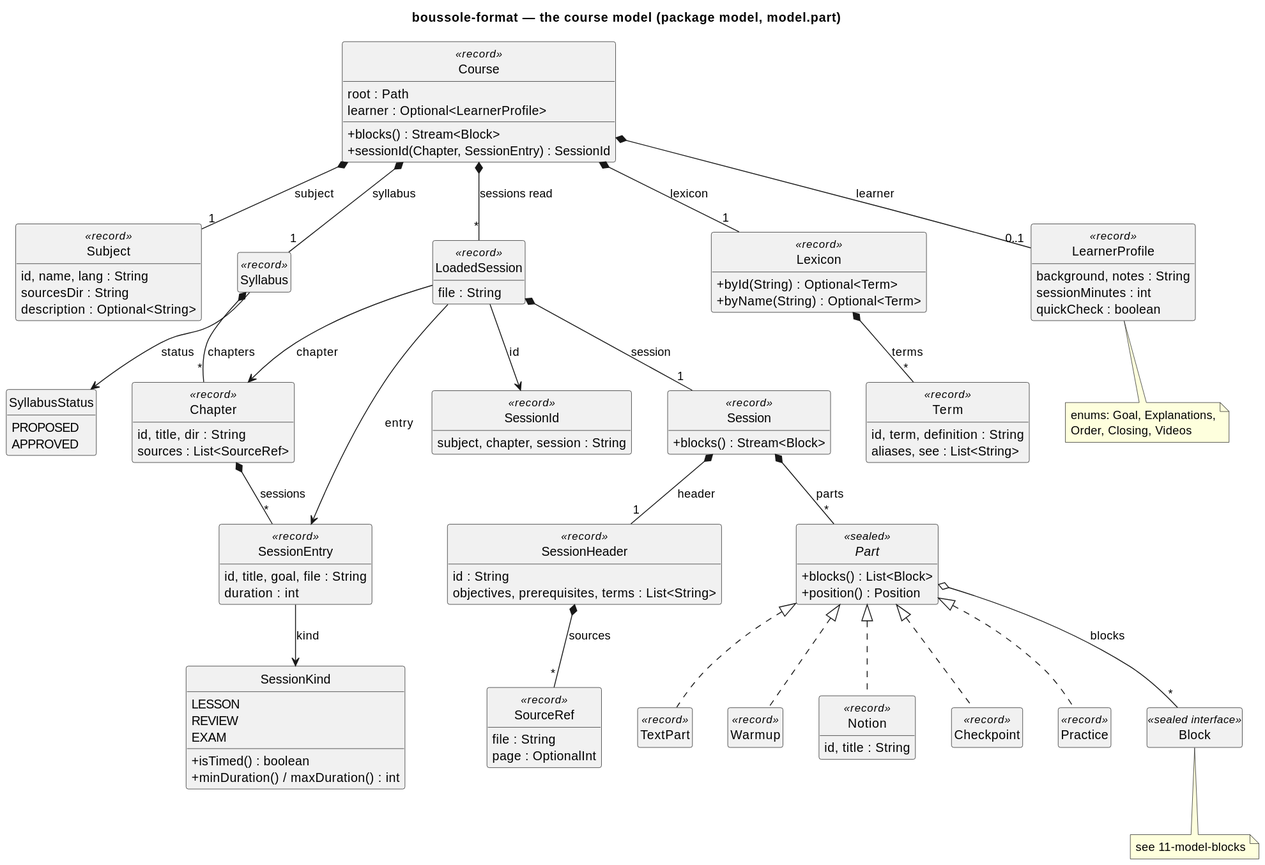
This is docs/diagrams/10-model-course.svg from lucasssoh/Boussole, a PlantUML export, as it was before one commit.
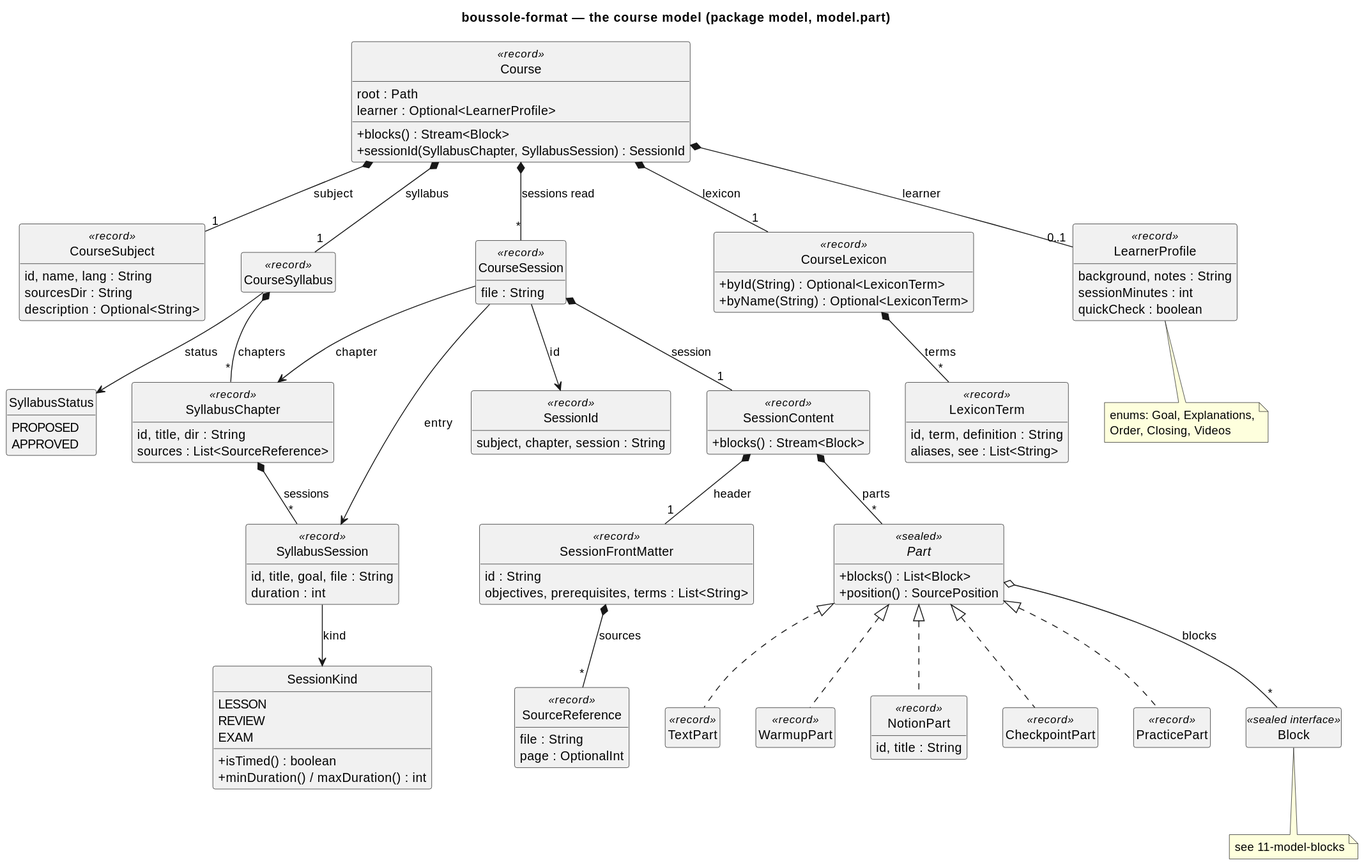
After the change.

What changed in the source:
```diff
@@ -11,23 +11,23 @@
   root : Path
   learner : Optional<LearnerProfile>
   +blocks() : Stream<Block>
-  +sessionId(Chapter, SessionEntry) : SessionId
+  +sessionId(SyllabusChapter, SyllabusSession) : SessionId
 }
-class Subject <<record>> {
+class CourseSubject <<record>> {
   id, name, lang : String
   sourcesDir : String
   description : Optional<String>
 }
-class Syllabus <<record>>
+class CourseSyllabus <<record>>
 enum SyllabusStatus {
   PROPOSED
   APPROVED
 }
-class Chapter <<record>> {
+class SyllabusChapter <<record>> {
   id, title, dir : String
-  sources : List<SourceRef>
+  sources : List<SourceReference>
 }
-class SessionEntry <<record>> {
+class SyllabusSession <<record>> {
   id, title, goal, file : String
   duration : int
 }
@@ -41,11 +41,11 @@
 class SessionId <<record>> {
   subject, chapter, session : String
 }
-class Lexicon <<record>> {
-  +byId(String) : Optional<Term>
-  +byName(String) : Optional<Term>
+class CourseLexicon <<record>> {
+  +byId(String) : Optional<LexiconTerm>
+  +byName(String) : Optional<LexiconTerm>
 }
-class Term <<record>> {
+class LexiconTerm <<record>> {
   id, term, definition : String
   aliases, see : List<String>
 }
@@ -58,55 +58,55 @@
   enums: Goal, Explanations,
   Order, Closing, Videos
 end note
-class LoadedSession <<record>> {
+class CourseSession <<record>> {
   file : String
 }
-class Session <<record>> {
+class SessionContent <<record>> {
   +blocks() : Stream<Block>
 }
-class SessionHeader <<record>> {
+class SessionFrontMatter <<record>> {
   id : String
   objectives, prerequisites, terms : List<String>
 }
-class SourceRef <<record>> {
+class SourceReference <<record>> {
   file : String
   page : OptionalInt
 }
 
 interface Part <<sealed>> {
   +blocks() : List<Block>
-  +position() : Position
+  +position() : SourcePosition
 }
 class TextPart <<record>>
-class Warmup <<record>>
-class Notion <<record>> {
+class WarmupPart <<record>>
+class NotionPart <<record>> {
   id, title : String
 }
-class Checkpoint <<record>>
-class Practice <<record>>
+class CheckpointPart <<record>>
+class PracticePart <<record>>
 
-Course *-- "1" Subject : subject
-Course *-- "1" Syllabus : syllabus
-Course *-- "1" Lexicon : lexicon
+Course *-- "1" CourseSubject : subject
+Course *-- "1" CourseSyllabus : syllabus
+Course *-- "1" CourseLexicon : lexicon
 Course *-- "0..1" LearnerProfile : learner
-Course *-- "*" LoadedSession : sessions read
-Syllabus *-- "*" Chapter : chapters
-Syllabus --> SyllabusStatus : status
-Chapter *-- "*" SessionEntry : sessions
-SessionEntry --> SessionKind : kind
-Lexicon *-- "*" Term : terms
-LoadedSession --> SessionId : id
-LoadedSession --> Chapter : chapter
-LoadedSession --> SessionEntry : entry
-LoadedSession *-- "1" Session : session
-Session *-- "1" SessionHeader : header
-Session *-- "*" Part : parts
-SessionHeader *-- "*" SourceRef : sources
+Course *-- "*" CourseSession : sessions read
+CourseSyllabus *-- "*" SyllabusChapter : chapters
+CourseSyllabus --> SyllabusStatus : status
+SyllabusChapter *-- "*" SyllabusSession : sessions
+SyllabusSession --> SessionKind : kind
+CourseLexicon *-- "*" LexiconTerm : terms
+CourseSession --> SessionId : id
+CourseSession --> SyllabusChapter : chapter
+CourseSession --> SyllabusSession : entry
+CourseSession *-- "1" SessionContent : session
+SessionContent *-- "1" SessionFrontMatter : header
+SessionContent *-- "*" Part : parts
+SessionFrontMatter *-- "*" SourceReference : sources
 Part <|.. TextPart
-Part <|.. Warmup
-Part <|.. Notion
-Part <|.. Checkpoint
-Part <|.. Practice
+Part <|.. WarmupPart
+Part <|.. NotionPart
+Part <|.. CheckpointPart
+Part <|.. PracticePart
 Part o-- "*" Block : blocks
 
 class Block <<sealed interface>>
```
